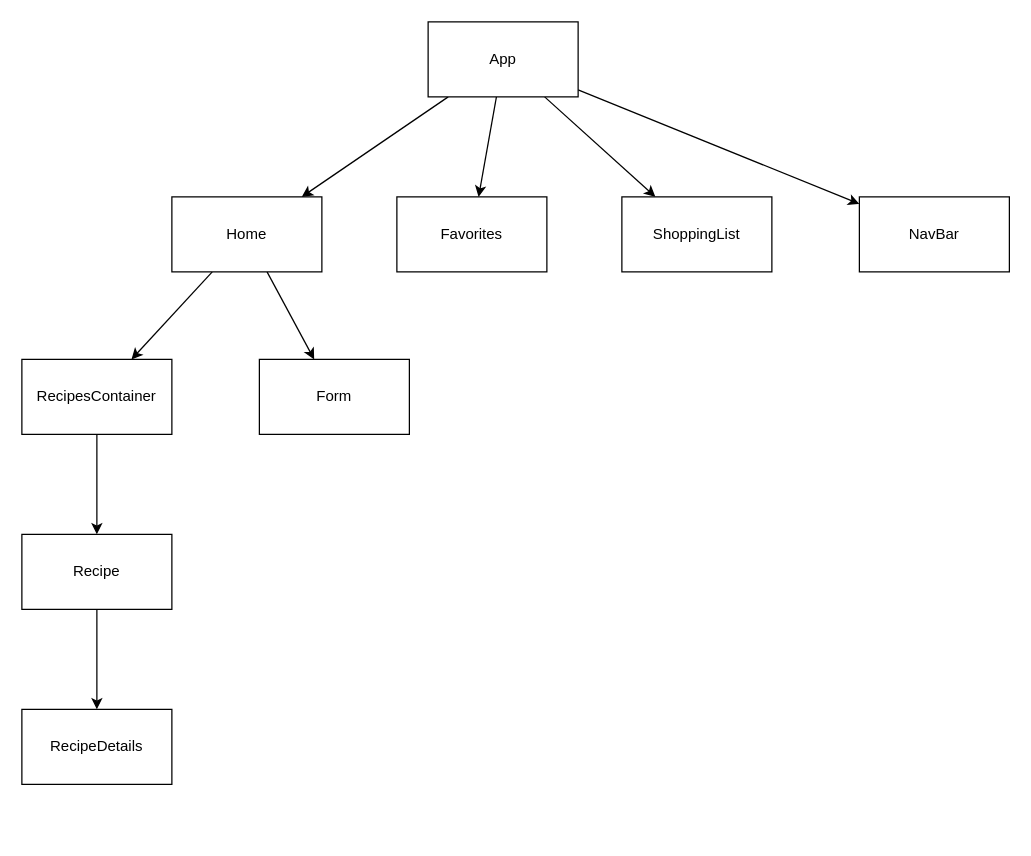
The draw.io diagram architecture.drawio in kgicheha/recipe-finder, before the edit. Source tidied: cells renumbered, new cells numbered last; positions are measured from the earlier drawing's top-left corner, leaving out a move shared by most shapes. Both pictures are drawn from the tidied source at 125%, with x=0, y=0 at pixel (21, 21).
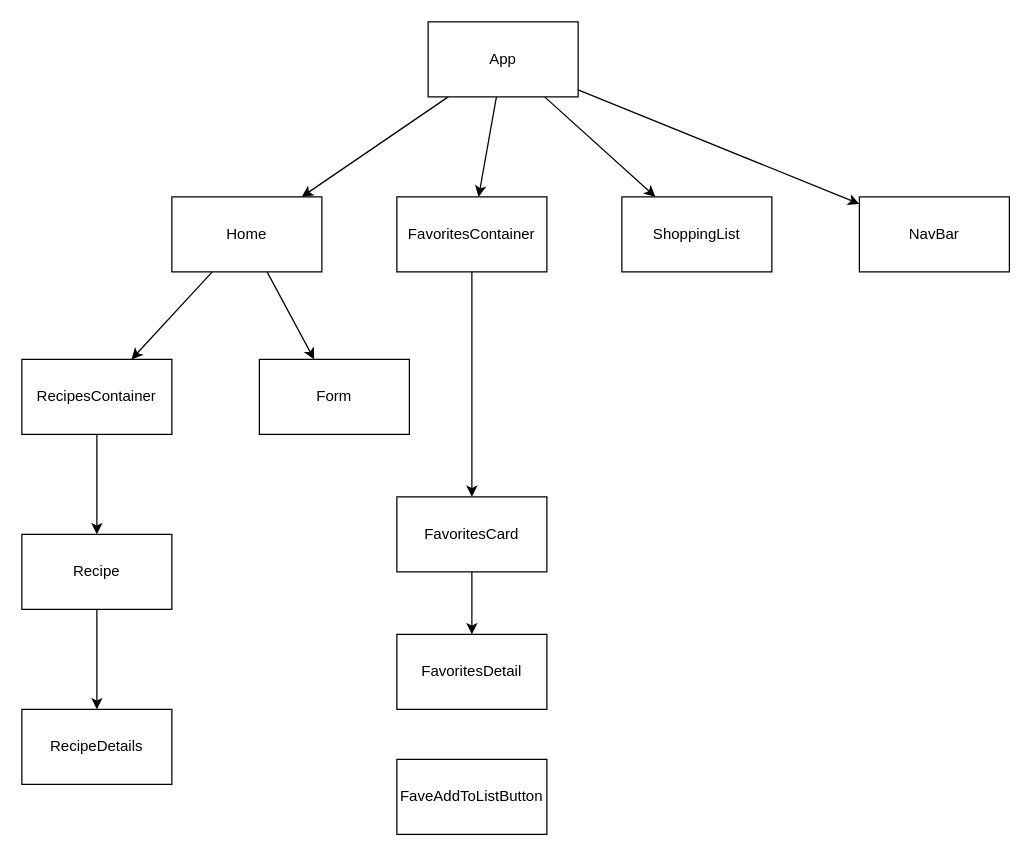
Above is the later version.

Commit message (it also covers changes not shown here):
added favorites components

What changed in the source:
```diff
@@
+    <mxCell id="19" style="edgeStyle=none;html=1;exitX=0.5;exitY=1;exitDx=0;exitDy=0;entryX=0.5;entryY=0;entryDx=0;entryDy=0;" parent="1" edge="1" source="7" target="21">
+      <mxGeometry relative="1" as="geometry" />
+    </mxCell>
-    <mxCell id="7" value="Favorites" style="whiteSpace=wrap;html=1;" parent="1" vertex="1">
+    <mxCell id="7" value="FavoritesContainer" style="whiteSpace=wrap;html=1;" parent="1" vertex="1">
       <mxGeometry x="300" y="140" width="120" height="60" as="geometry" />
     </mxCell>
@@
+    <mxCell id="20" style="edgeStyle=none;html=1;exitX=0.5;exitY=1;exitDx=0;exitDy=0;entryX=0.5;entryY=0;entryDx=0;entryDy=0;" parent="1" edge="1" source="21" target="22">
+      <mxGeometry relative="1" as="geometry" />
+    </mxCell>
+    <mxCell id="21" value="FavoritesCard" style="whiteSpace=wrap;html=1;" parent="1" vertex="1">
+      <mxGeometry x="300" y="380" width="120" height="60" as="geometry" />
+    </mxCell>
+    <mxCell id="22" value="FavoritesDetail" style="whiteSpace=wrap;html=1;" parent="1" vertex="1">
+      <mxGeometry x="300" y="490" width="120" height="60" as="geometry" />
+    </mxCell>
+    <mxCell id="23" value="FaveAddToListButton" style="whiteSpace=wrap;html=1;" parent="1" vertex="1">
+      <mxGeometry x="300" y="590" width="120" height="60" as="geometry" />
+    </mxCell>
```
